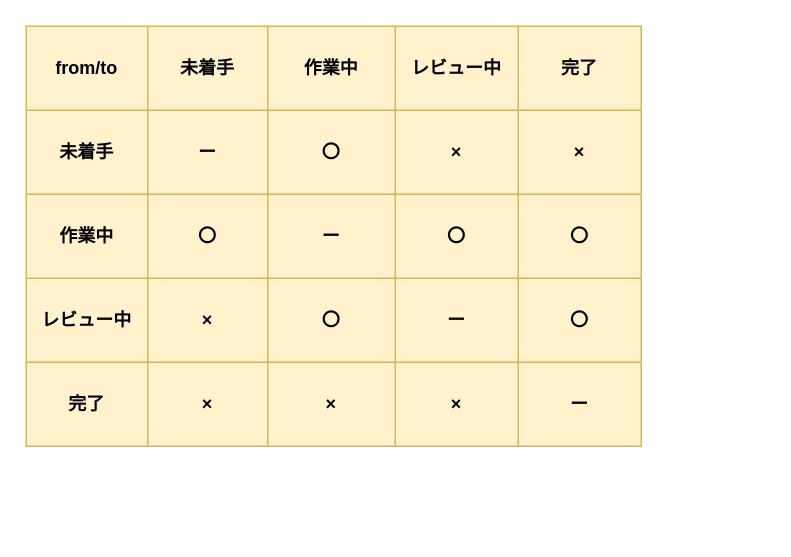
Above: page "状態遷移図" (3 of 4) of 名称未設定ファイル.drawio in haseryo0403/functional-design-technical-design (draw.io), before the change. Source tidied: cells renumbered, new cells numbered last; positions are measured from the earlier drawing's top-left corner, leaving out a move shared by most shapes. Both pictures are drawn from the tidied source at 150%, with x=0, y=0 at pixel (26, 26).
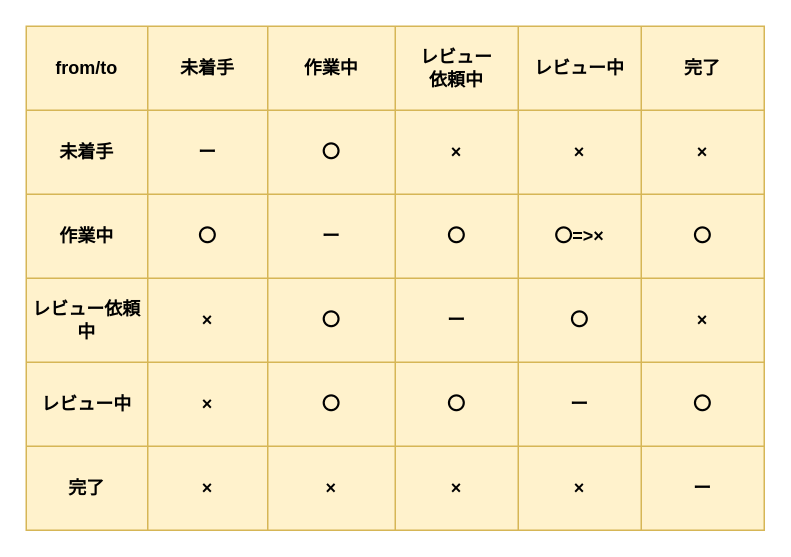
The same page after the edit.

Change to the diagram source:
```diff
@@
     <mxCell id="2" style="shape=table;startSize=0;childLayout=tableLayout;rounded=1;strokeColor=#d6b656;align=center;verticalAlign=middle;fontFamily=Helvetica;fontSize=12;fontStyle=1;fillColor=#fff2cc;" parent="1" vertex="1">
-      <mxGeometry width="410" height="280" as="geometry" />
+      <mxGeometry width="492" height="336" as="geometry" />
     </mxCell>
     <mxCell id="3" style="shape=tableRow;horizontal=0;startSize=0;swimlaneHead=0;swimlaneBody=0;strokeColor=inherit;top=0;left=0;bottom=0;right=0;fillColor=none;rounded=1;align=center;verticalAlign=middle;fontFamily=Helvetica;fontSize=12;fontColor=default;fontStyle=1;" parent="2" vertex="1">
-      <mxGeometry width="410" height="56" as="geometry" />
+      <mxGeometry width="492" height="56" as="geometry" />
     </mxCell>
@@
+    <mxCell id="33" value="レビュー&lt;div&gt;依頼中&lt;/div&gt;" style="shape=partialRectangle;html=1;whiteSpace=wrap;strokeColor=inherit;overflow=hidden;fillColor=none;top=0;left=0;bottom=0;right=0;rounded=1;align=center;verticalAlign=middle;fontFamily=Helvetica;fontSize=12;fontColor=default;fontStyle=1;" parent="3" vertex="1">
+      <mxGeometry x="246" width="82" height="56" as="geometry" />
+    </mxCell>
     <mxCell id="7" value="レビュー中" style="shape=partialRectangle;html=1;whiteSpace=wrap;strokeColor=inherit;overflow=hidden;fillColor=none;top=0;left=0;bottom=0;right=0;rounded=1;align=center;verticalAlign=middle;fontFamily=Helvetica;fontSize=12;fontColor=default;fontStyle=1;" parent="3" vertex="1">
-      <mxGeometry x="246" width="82" height="56" as="geometry" />
+      <mxGeometry x="328" width="82" height="56" as="geometry" />
     </mxCell>
     <mxCell id="8" value="完了" style="shape=partialRectangle;html=1;whiteSpace=wrap;strokeColor=inherit;overflow=hidden;fillColor=none;top=0;left=0;bottom=0;right=0;rounded=1;align=center;verticalAlign=middle;fontFamily=Helvetica;fontSize=12;fontColor=default;fontStyle=1;" parent="3" vertex="1">
-      <mxGeometry x="328" width="82" height="56" as="geometry" />
+      <mxGeometry x="410" width="82" height="56" as="geometry" />
     </mxCell>
     <mxCell id="9" style="shape=tableRow;horizontal=0;startSize=0;swimlaneHead=0;swimlaneBody=0;strokeColor=inherit;top=0;left=0;bottom=0;right=0;fillColor=none;rounded=1;align=center;verticalAlign=middle;fontFamily=Helvetica;fontSize=12;fontColor=default;fontStyle=1;" parent="2" vertex="1">
-      <mxGeometry y="56" width="410" height="56" as="geometry" />
+      <mxGeometry y="56" width="492" height="56" as="geometry" />
     </mxCell>
@@
+    <mxCell id="34" value="×" style="shape=partialRectangle;html=1;whiteSpace=wrap;strokeColor=inherit;overflow=hidden;fillColor=none;top=0;left=0;bottom=0;right=0;rounded=1;align=center;verticalAlign=middle;fontFamily=Helvetica;fontSize=12;fontColor=default;fontStyle=1;" parent="9" vertex="1">
+      <mxGeometry x="246" width="82" height="56" as="geometry" />
+    </mxCell>
     <mxCell id="13" value="×" style="shape=partialRectangle;html=1;whiteSpace=wrap;strokeColor=inherit;overflow=hidden;fillColor=none;top=0;left=0;bottom=0;right=0;rounded=1;align=center;verticalAlign=middle;fontFamily=Helvetica;fontSize=12;fontColor=default;fontStyle=1;" parent="9" vertex="1">
-      <mxGeometry x="246" width="82" height="56" as="geometry" />
+      <mxGeometry x="328" width="82" height="56" as="geometry" />
     </mxCell>
     <mxCell id="14" value="×" style="shape=partialRectangle;html=1;whiteSpace=wrap;strokeColor=inherit;overflow=hidden;fillColor=none;top=0;left=0;bottom=0;right=0;rounded=1;align=center;verticalAlign=middle;fontFamily=Helvetica;fontSize=12;fontColor=default;fontStyle=1;" parent="9" vertex="1">
-      <mxGeometry x="328" width="82" height="56" as="geometry" />
+      <mxGeometry x="410" width="82" height="56" as="geometry" />
     </mxCell>
     <mxCell id="15" style="shape=tableRow;horizontal=0;startSize=0;swimlaneHead=0;swimlaneBody=0;strokeColor=inherit;top=0;left=0;bottom=0;right=0;fillColor=none;rounded=1;align=center;verticalAlign=middle;fontFamily=Helvetica;fontSize=12;fontColor=default;fontStyle=1;" parent="2" vertex="1">
-      <mxGeometry y="112" width="410" height="56" as="geometry" />
+      <mxGeometry y="112" width="492" height="56" as="geometry" />
     </mxCell>
@@
+    <mxCell id="35" value="〇" style="shape=partialRectangle;html=1;whiteSpace=wrap;strokeColor=inherit;overflow=hidden;fillColor=none;top=0;left=0;bottom=0;right=0;rounded=1;align=center;verticalAlign=middle;fontFamily=Helvetica;fontSize=12;fontColor=default;fontStyle=1;" parent="15" vertex="1">
+      <mxGeometry x="246" width="82" height="56" as="geometry" />
+    </mxCell>
-    <mxCell id="19" value="〇" style="shape=partialRectangle;html=1;whiteSpace=wrap;strokeColor=inherit;overflow=hidden;fillColor=none;top=0;left=0;bottom=0;right=0;rounded=1;align=center;verticalAlign=middle;fontFamily=Helvetica;fontSize=12;fontColor=default;fontStyle=1;" parent="15" vertex="1">
-      <mxGeometry x="246" width="82" height="56" as="geometry" />
+    <mxCell id="19" value="〇=&amp;gt;×" style="shape=partialRectangle;html=1;whiteSpace=wrap;strokeColor=inherit;overflow=hidden;fillColor=none;top=0;left=0;bottom=0;right=0;rounded=1;align=center;verticalAlign=middle;fontFamily=Helvetica;fontSize=12;fontColor=default;fontStyle=1;" parent="15" vertex="1">
+      <mxGeometry x="328" width="82" height="56" as="geometry" />
     </mxCell>
     <mxCell id="20" value="〇" style="shape=partialRectangle;html=1;whiteSpace=wrap;strokeColor=inherit;overflow=hidden;fillColor=none;top=0;left=0;bottom=0;right=0;rounded=1;align=center;verticalAlign=middle;fontFamily=Helvetica;fontSize=12;fontColor=default;fontStyle=1;" parent="15" vertex="1">
-      <mxGeometry x="328" width="82" height="56" as="geometry" />
+      <mxGeometry x="410" width="82" height="56" as="geometry" />
     </mxCell>
+    <mxCell id="36" style="shape=tableRow;horizontal=0;startSize=0;swimlaneHead=0;swimlaneBody=0;strokeColor=inherit;top=0;left=0;bottom=0;right=0;fillColor=none;rounded=1;align=center;verticalAlign=middle;fontFamily=Helvetica;fontSize=12;fontColor=default;fontStyle=1;" parent="2" vertex="1">
+      <mxGeometry y="168" width="492" height="56" as="geometry" />
+    </mxCell>
+    <mxCell id="37" value="レビュー依頼中" style="shape=partialRectangle;html=1;whiteSpace=wrap;strokeColor=inherit;overflow=hidden;fillColor=none;top=0;left=0;bottom=0;right=0;rounded=1;align=center;verticalAlign=middle;fontFamily=Helvetica;fontSize=12;fontColor=default;fontStyle=1;" parent="36" vertex="1">
+      <mxGeometry width="81" height="56" as="geometry" />
+    </mxCell>
+    <mxCell id="38" value="×" style="shape=partialRectangle;html=1;whiteSpace=wrap;strokeColor=inherit;overflow=hidden;fillColor=none;top=0;left=0;bottom=0;right=0;rounded=1;align=center;verticalAlign=middle;fontFamily=Helvetica;fontSize=12;fontColor=default;fontStyle=1;" parent="36" vertex="1">
+      <mxGeometry x="81" width="80" height="56" as="geometry" />
+    </mxCell>
+    <mxCell id="39" value="〇" style="shape=partialRectangle;html=1;whiteSpace=wrap;strokeColor=inherit;overflow=hidden;fillColor=none;top=0;left=0;bottom=0;right=0;rounded=1;align=center;verticalAlign=middle;fontFamily=Helvetica;fontSize=12;fontColor=default;fontStyle=1;" parent="36" vertex="1">
+      <mxGeometry x="161" width="85" height="56" as="geometry" />
+    </mxCell>
+    <mxCell id="40" value="ー" style="shape=partialRectangle;html=1;whiteSpace=wrap;strokeColor=inherit;overflow=hidden;fillColor=none;top=0;left=0;bottom=0;right=0;rounded=1;align=center;verticalAlign=middle;fontFamily=Helvetica;fontSize=12;fontColor=default;fontStyle=1;" parent="36" vertex="1">
+      <mxGeometry x="246" width="82" height="56" as="geometry" />
+    </mxCell>
+    <mxCell id="41" value="〇" style="shape=partialRectangle;html=1;whiteSpace=wrap;strokeColor=inherit;overflow=hidden;fillColor=none;top=0;left=0;bottom=0;right=0;rounded=1;align=center;verticalAlign=middle;fontFamily=Helvetica;fontSize=12;fontColor=default;fontStyle=1;" parent="36" vertex="1">
+      <mxGeometry x="328" width="82" height="56" as="geometry" />
+    </mxCell>
+    <mxCell id="42" value="×" style="shape=partialRectangle;html=1;whiteSpace=wrap;strokeColor=inherit;overflow=hidden;fillColor=none;top=0;left=0;bottom=0;right=0;rounded=1;align=center;verticalAlign=middle;fontFamily=Helvetica;fontSize=12;fontColor=default;fontStyle=1;" parent="36" vertex="1">
+      <mxGeometry x="410" width="82" height="56" as="geometry" />
+    </mxCell>
     <mxCell id="21" style="shape=tableRow;horizontal=0;startSize=0;swimlaneHead=0;swimlaneBody=0;strokeColor=inherit;top=0;left=0;bottom=0;right=0;fillColor=none;rounded=1;align=center;verticalAlign=middle;fontFamily=Helvetica;fontSize=12;fontColor=default;fontStyle=1;" parent="2" vertex="1">
-      <mxGeometry y="168" width="410" height="56" as="geometry" />
+      <mxGeometry y="224" width="492" height="56" as="geometry" />
     </mxCell>
@@
+    <mxCell id="43" value="〇" style="shape=partialRectangle;html=1;whiteSpace=wrap;strokeColor=inherit;overflow=hidden;fillColor=none;top=0;left=0;bottom=0;right=0;rounded=1;align=center;verticalAlign=middle;fontFamily=Helvetica;fontSize=12;fontColor=default;fontStyle=1;" parent="21" vertex="1">
+      <mxGeometry x="246" width="82" height="56" as="geometry" />
+    </mxCell>
     <mxCell id="25" value="ー" style="shape=partialRectangle;html=1;whiteSpace=wrap;strokeColor=inherit;overflow=hidden;fillColor=none;top=0;left=0;bottom=0;right=0;rounded=1;align=center;verticalAlign=middle;fontFamily=Helvetica;fontSize=12;fontColor=default;fontStyle=1;" parent="21" vertex="1">
-      <mxGeometry x="246" width="82" height="56" as="geometry" />
+      <mxGeometry x="328" width="82" height="56" as="geometry" />
     </mxCell>
     <mxCell id="26" value="〇" style="shape=partialRectangle;html=1;whiteSpace=wrap;strokeColor=inherit;overflow=hidden;fillColor=none;top=0;left=0;bottom=0;right=0;rounded=1;align=center;verticalAlign=middle;fontFamily=Helvetica;fontSize=12;fontColor=default;fontStyle=1;" parent="21" vertex="1">
-      <mxGeometry x="328" width="82" height="56" as="geometry" />
+      <mxGeometry x="410" width="82" height="56" as="geometry" />
     </mxCell>
     <mxCell id="27" style="shape=tableRow;horizontal=0;startSize=0;swimlaneHead=0;swimlaneBody=0;strokeColor=inherit;top=0;left=0;bottom=0;right=0;fillColor=none;rounded=1;align=center;verticalAlign=middle;fontFamily=Helvetica;fontSize=12;fontColor=default;fontStyle=1;" parent="2" vertex="1">
-      <mxGeometry y="224" width="410" height="56" as="geometry" />
+      <mxGeometry y="280" width="492" height="56" as="geometry" />
     </mxCell>
@@
+    <mxCell id="44" value="×" style="shape=partialRectangle;html=1;whiteSpace=wrap;strokeColor=inherit;overflow=hidden;fillColor=none;top=0;left=0;bottom=0;right=0;rounded=1;align=center;verticalAlign=middle;fontFamily=Helvetica;fontSize=12;fontColor=default;fontStyle=1;" parent="27" vertex="1">
+      <mxGeometry x="246" width="82" height="56" as="geometry" />
+    </mxCell>
     <mxCell id="31" value="×" style="shape=partialRectangle;html=1;whiteSpace=wrap;strokeColor=inherit;overflow=hidden;fillColor=none;top=0;left=0;bottom=0;right=0;rounded=1;align=center;verticalAlign=middle;fontFamily=Helvetica;fontSize=12;fontColor=default;fontStyle=1;" parent="27" vertex="1">
-      <mxGeometry x="246" width="82" height="56" as="geometry" />
+      <mxGeometry x="328" width="82" height="56" as="geometry" />
     </mxCell>
     <mxCell id="32" value="ー" style="shape=partialRectangle;html=1;whiteSpace=wrap;strokeColor=inherit;overflow=hidden;fillColor=none;top=0;left=0;bottom=0;right=0;rounded=1;align=center;verticalAlign=middle;fontFamily=Helvetica;fontSize=12;fontColor=default;fontStyle=1;" parent="27" vertex="1">
-      <mxGeometry x="328" width="82" height="56" as="geometry" />
+      <mxGeometry x="410" width="82" height="56" as="geometry" />
     </mxCell>
```
